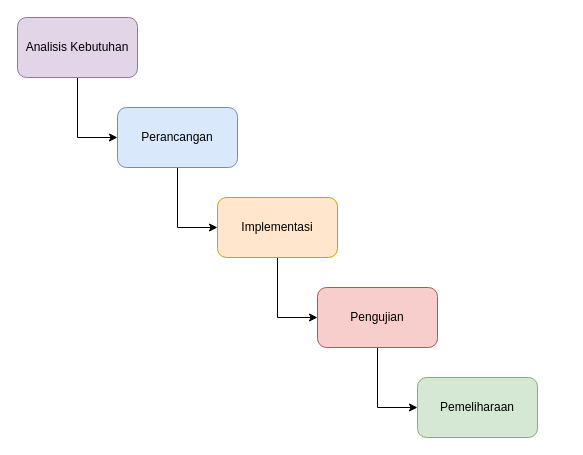
Earlier version of the draw.io diagram metode_penelitian.drawio (juanangelaalma/uml). Source tidied: cells renumbered, new cells numbered last; positions are measured from the earlier drawing's top-left corner, leaving out a move shared by most shapes. Both pictures are drawn from the tidied source at 100%, with x=0, y=0 at pixel (17, 17).
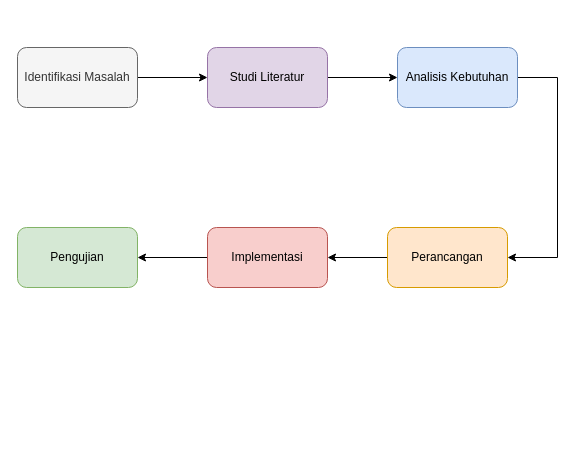
Above is the later version.

The edit, as a diff of the source:
```diff
@@
 <mxGraphModel>
   <root>
     <mxCell id="0" />
     <mxCell id="1" parent="0" />
     <mxCell id="2" style="edgeStyle=orthogonalEdgeStyle;rounded=0;jettySize=auto;html=1;entryX=0;entryY=0.5;entryDx=0;entryDy=0;" parent="1" edge="1" source="3" target="5">
       <mxGeometry relative="1" as="geometry" />
     </mxCell>
-    <mxCell id="3" value="Analisis Kebutuhan" style="rounded=1;whiteSpace=wrap;html=1;fillColor=#e1d5e7;strokeColor=#9673a6;" parent="1" vertex="1">
-      <mxGeometry width="120" height="60" as="geometry" />
+    <mxCell id="3" value="Studi Literatur" style="rounded=1;whiteSpace=wrap;html=1;fillColor=#e1d5e7;strokeColor=#9673a6;" parent="1" vertex="1">
+      <mxGeometry x="190" y="30" width="120" height="60" as="geometry" />
     </mxCell>
-    <mxCell id="4" style="edgeStyle=orthogonalEdgeStyle;rounded=0;jettySize=auto;html=1;entryX=0;entryY=0.5;entryDx=0;entryDy=0;" parent="1" edge="1" source="5" target="7">
-      <mxGeometry relative="1" as="geometry" />
+    <mxCell id="4" style="edgeStyle=orthogonalEdgeStyle;rounded=0;jettySize=auto;html=1;entryX=1;entryY=0.5;entryDx=0;entryDy=0;" parent="1" edge="1" source="5" target="7">
+      <mxGeometry relative="1" as="geometry">
+        <Array as="points">
+          <mxPoint x="540" y="60" />
+          <mxPoint x="540" y="240" />
+        </Array>
+      </mxGeometry>
     </mxCell>
-    <mxCell id="5" value="Perancangan" style="rounded=1;whiteSpace=wrap;html=1;fillColor=#dae8fc;strokeColor=#6c8ebf;" parent="1" vertex="1">
-      <mxGeometry x="100" y="90" width="120" height="60" as="geometry" />
+    <mxCell id="5" value="Analisis Kebutuhan" style="rounded=1;whiteSpace=wrap;html=1;fillColor=#dae8fc;strokeColor=#6c8ebf;" parent="1" vertex="1">
+      <mxGeometry x="380" y="30" width="120" height="60" as="geometry" />
     </mxCell>
-    <mxCell id="6" style="edgeStyle=orthogonalEdgeStyle;rounded=0;jettySize=auto;html=1;entryX=0;entryY=0.5;entryDx=0;entryDy=0;" parent="1" edge="1" source="7" target="9">
-      <mxGeometry relative="1" as="geometry" />
+    <mxCell id="6" style="edgeStyle=orthogonalEdgeStyle;rounded=0;jettySize=auto;html=1;entryX=1;entryY=0.5;entryDx=0;entryDy=0;" parent="1" edge="1" source="7" target="9">
+      <mxGeometry relative="1" as="geometry">
+        <Array as="points">
+          <mxPoint x="430" y="240" />
+        </Array>
+      </mxGeometry>
     </mxCell>
-    <mxCell id="7" value="Implementasi" style="rounded=1;whiteSpace=wrap;html=1;fillColor=#ffe6cc;strokeColor=#d79b00;" parent="1" vertex="1">
-      <mxGeometry x="200" y="180" width="120" height="60" as="geometry" />
+    <mxCell id="7" value="Perancangan" style="rounded=1;whiteSpace=wrap;html=1;fillColor=#ffe6cc;strokeColor=#d79b00;" parent="1" vertex="1">
+      <mxGeometry x="370" y="210" width="120" height="60" as="geometry" />
     </mxCell>
-    <mxCell id="8" style="edgeStyle=orthogonalEdgeStyle;rounded=0;jettySize=auto;html=1;entryX=0;entryY=0.5;entryDx=0;entryDy=0;" parent="1" edge="1" source="9" target="10">
+    <mxCell id="8" style="edgeStyle=orthogonalEdgeStyle;rounded=0;jettySize=auto;html=1;entryX=1;entryY=0.5;entryDx=0;entryDy=0;" parent="1" edge="1" source="9" target="10">
       <mxGeometry relative="1" as="geometry" />
     </mxCell>
-    <mxCell id="9" value="Pengujian" style="rounded=1;whiteSpace=wrap;html=1;fillColor=#f8cecc;strokeColor=#b85450;" parent="1" vertex="1">
-      <mxGeometry x="300" y="270" width="120" height="60" as="geometry" />
+    <mxCell id="9" value="Implementasi" style="rounded=1;whiteSpace=wrap;html=1;fillColor=#f8cecc;strokeColor=#b85450;" parent="1" vertex="1">
+      <mxGeometry x="190" y="210" width="120" height="60" as="geometry" />
     </mxCell>
-    <mxCell id="10" value="Pemeliharaan" style="rounded=1;whiteSpace=wrap;html=1;fillColor=#d5e8d4;strokeColor=#82b366;" parent="1" vertex="1">
-      <mxGeometry x="400" y="360" width="120" height="60" as="geometry" />
+    <mxCell id="10" value="Pengujian" style="rounded=1;whiteSpace=wrap;html=1;fillColor=#d5e8d4;strokeColor=#82b366;" parent="1" vertex="1">
+      <mxGeometry y="210" width="120" height="60" as="geometry" />
     </mxCell>
+    <mxCell id="11" style="edgeStyle=orthogonalEdgeStyle;rounded=0;jettySize=auto;html=1;entryX=0;entryY=0.5;entryDx=0;entryDy=0;" parent="1" edge="1" source="12" target="3">
+      <mxGeometry relative="1" as="geometry" />
+    </mxCell>
+    <mxCell id="12" value="Identifikasi Masalah" style="rounded=1;whiteSpace=wrap;html=1;fillColor=#f5f5f5;strokeColor=#666666;fontColor=#333333;" parent="1" vertex="1">
+      <mxGeometry y="30" width="120" height="60" as="geometry" />
+    </mxCell>
   </root>
 </mxGraphModel>
```
